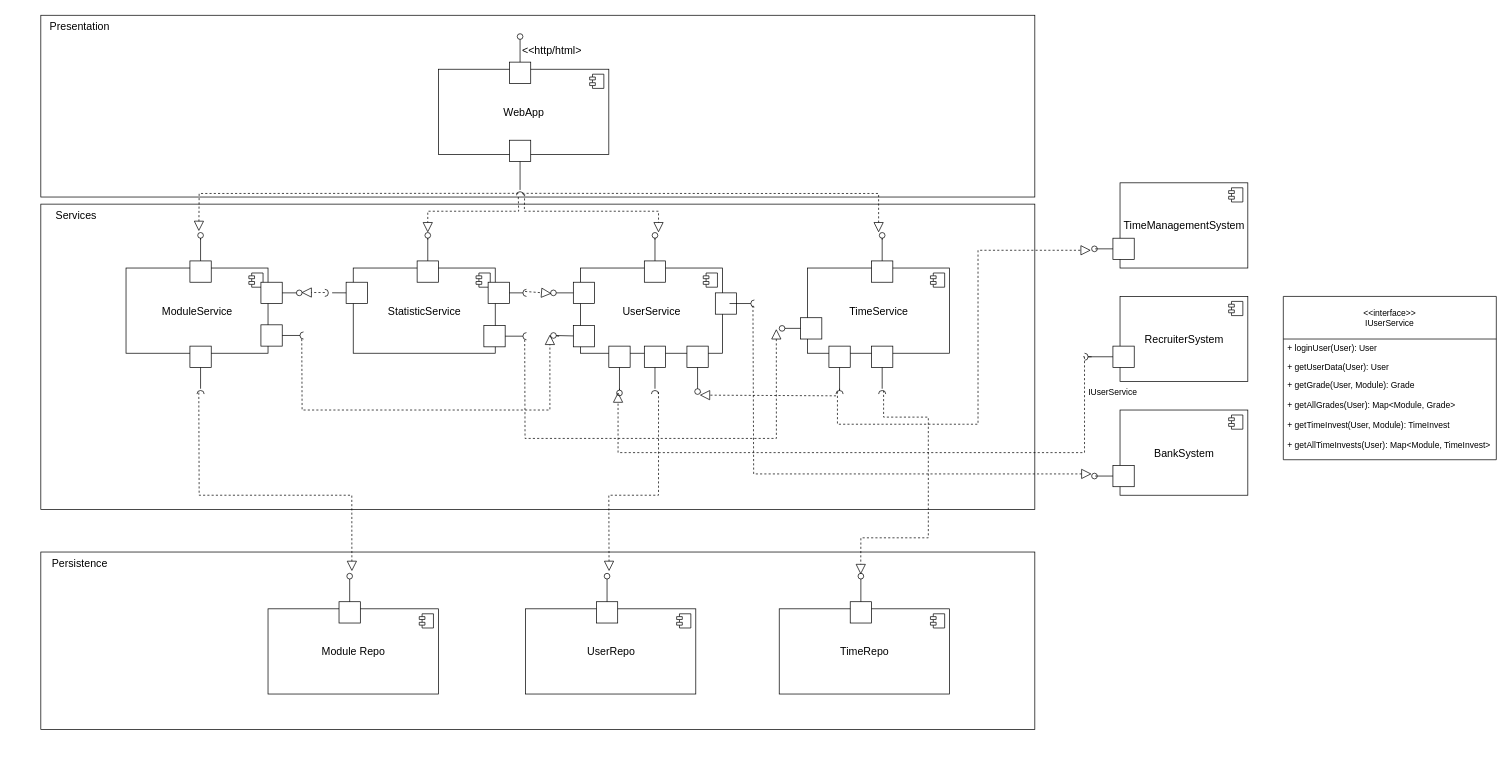
The draw.io diagram Diagrams/component.drawio in LeaRain/Studentrack, before the edit. Source tidied: cells renumbered, new cells numbered last; positions are measured from the earlier drawing's top-left corner, leaving out a move shared by most shapes. Both pictures are drawn from the tidied source at 71%, with x=0, y=0 at pixel (40, 15).
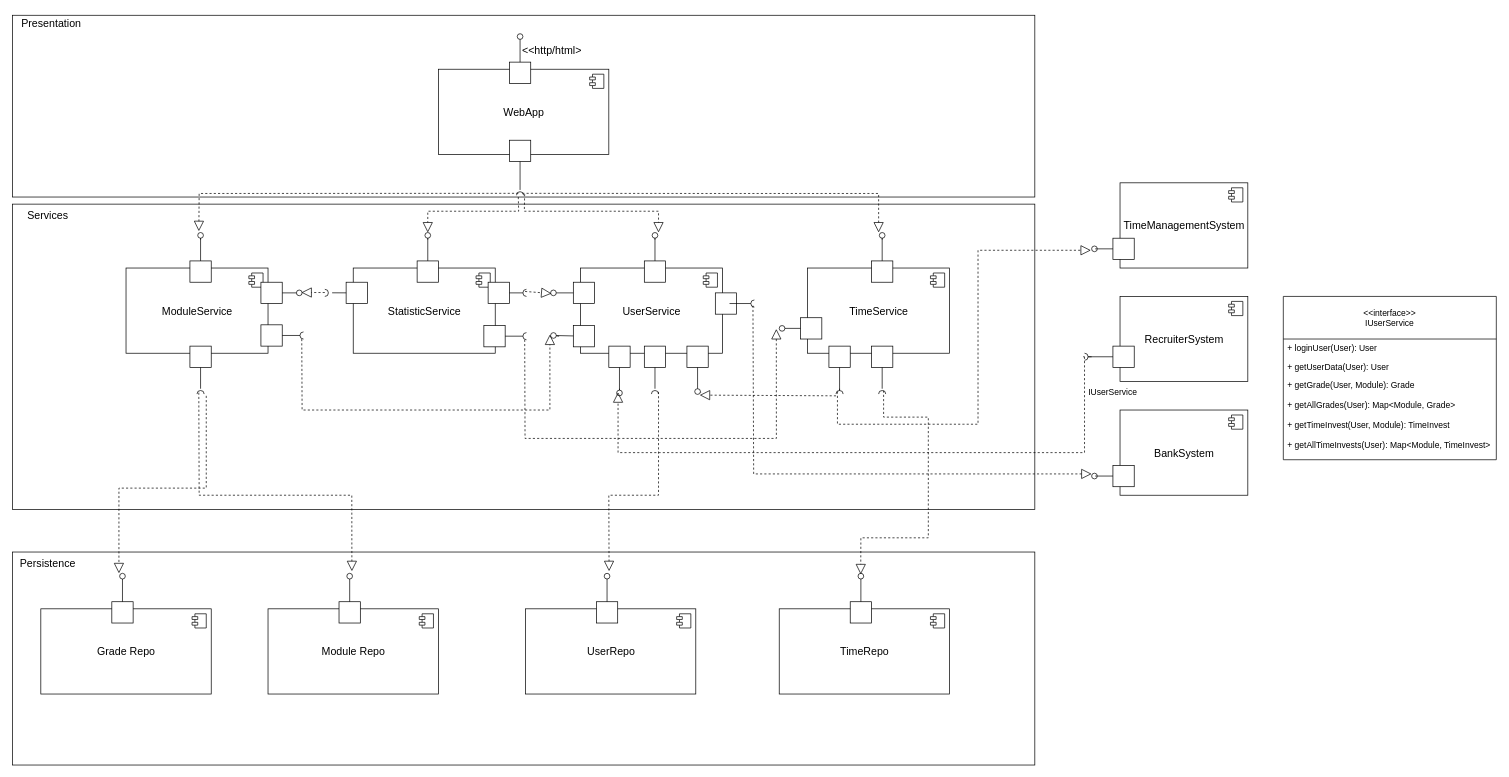
The same diagram, later.

The edit, as a diff of the source:
```diff
@@
+    <mxCell id="146" style="rounded=0;whiteSpace=wrap;html=1;" parent="1" vertex="1">
+      <mxGeometry x="-40" y="756" width="1440" height="300" as="geometry" />
+    </mxCell>
     <mxCell id="2" style="rounded=0;whiteSpace=wrap;html=1;fontSize=15;" parent="1" vertex="1">
-      <mxGeometry width="1400" height="256" as="geometry" />
+      <mxGeometry x="-40" width="1440" height="256" as="geometry" />
     </mxCell>
-    <mxCell id="3" style="rounded=0;whiteSpace=wrap;html=1;fontSize=15;" parent="1" vertex="1">
-      <mxGeometry y="756" width="1400" height="250" as="geometry" />
-    </mxCell>
     <mxCell id="4" style="rounded=0;whiteSpace=wrap;html=1;fontSize=15;" parent="1" vertex="1">
-      <mxGeometry y="266" width="1400" height="430" as="geometry" />
+      <mxGeometry x="-40" y="266" width="1440" height="430" as="geometry" />
     </mxCell>
@@
     <mxCell id="123" value="Presentation" style="text;html=1;strokeColor=none;fillColor=none;align=center;verticalAlign=middle;whiteSpace=wrap;rounded=0;fontSize=15;" parent="1" vertex="1">
-      <mxGeometry width="110" height="30" as="geometry" />
+      <mxGeometry x="-40" y="-4" width="110" height="30" as="geometry" />
     </mxCell>
     <mxCell id="124" value="Services" style="text;html=1;strokeColor=none;fillColor=none;align=center;verticalAlign=middle;whiteSpace=wrap;rounded=0;fontSize=15;" parent="1" vertex="1">
-      <mxGeometry y="266" width="100" height="30" as="geometry" />
+      <mxGeometry x="-40" y="266" width="100" height="30" as="geometry" />
     </mxCell>
-    <mxCell id="125" value="Persistence" style="text;html=1;strokeColor=none;fillColor=none;align=center;verticalAlign=middle;whiteSpace=wrap;rounded=0;fontSize=15;" parent="1" vertex="1">
-      <mxGeometry y="756" width="110" height="30" as="geometry" />
-    </mxCell>
@@
+    <mxCell id="147" value="&lt;font style=&quot;font-size: 15px&quot;&gt;Grade Repo&lt;/font&gt;" style="html=1;" parent="1" vertex="1">
+      <mxGeometry y="836" width="240" height="120" as="geometry" />
+    </mxCell>
+    <mxCell id="148" style="shape=module;jettyWidth=8;jettyHeight=4;" parent="147" vertex="1">
+      <mxGeometry x="1" width="20" height="20" relative="1" as="geometry">
+        <mxPoint x="-27" y="7" as="offset" />
+      </mxGeometry>
+    </mxCell>
+    <mxCell id="149" style="html=1;rounded=0;fontSize=15;" parent="1" vertex="1">
+      <mxGeometry x="100" y="826" width="30" height="30" as="geometry" />
+    </mxCell>
+    <mxCell id="150" style="endArrow=none;html=1;rounded=0;align=center;verticalAlign=top;endFill=0;labelBackgroundColor=none;endSize=2;fontSize=15;" parent="1" edge="1" source="149" target="151">
+      <mxGeometry relative="1" as="geometry" />
+    </mxCell>
+    <mxCell id="151" style="ellipse;html=1;fontSize=11;align=center;fillColor=none;points=[];verticalAlign=bottom;labelPosition=center;verticalLabelPosition=top;flipH=1;" parent="1" vertex="1">
+      <mxGeometry x="111" y="786" width="8" height="8" as="geometry" />
+    </mxCell>
+    <mxCell id="152" style="endArrow=block;dashed=1;endFill=0;endSize=12;html=1;rounded=0;entryX=1;entryY=1;entryDx=0;entryDy=0;" parent="1" edge="1">
+      <mxGeometry relative="1" as="geometry">
+        <mxPoint x="233" y="536" as="sourcePoint" />
+        <mxPoint x="110" y="786" as="targetPoint" />
+        <Array as="points">
+          <mxPoint x="233" y="666" />
+          <mxPoint x="110" y="666" />
+        </Array>
+      </mxGeometry>
+    </mxCell>
+    <mxCell id="125" value="Persistence" style="text;html=1;strokeColor=none;fillColor=none;align=center;verticalAlign=middle;whiteSpace=wrap;rounded=0;fontSize=15;" parent="1" vertex="1">
+      <mxGeometry x="-40" y="756" width="100" height="30" as="geometry" />
+    </mxCell>
```
